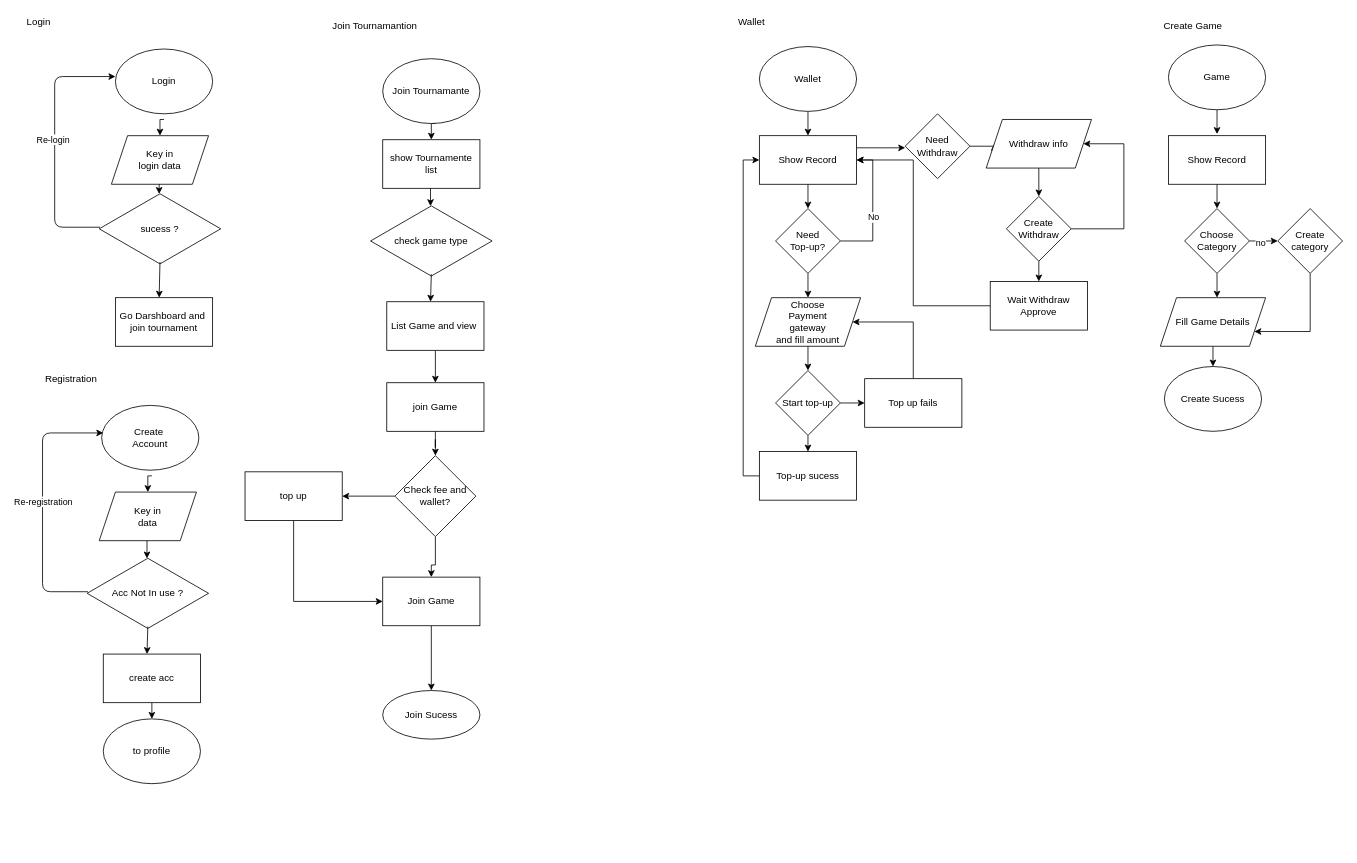
This is page "Flow chart" (8 of 8) of Untitled Diagram.drawio from krtechndesign/facejs, a draw.io file, before an edit. Source tidied: cells renumbered, new cells numbered last; positions are measured from the earlier drawing's top-left corner, leaving out a move shared by most shapes. Both pictures are drawn from the tidied source at 81%, with x=0, y=0 at pixel (22, 14).
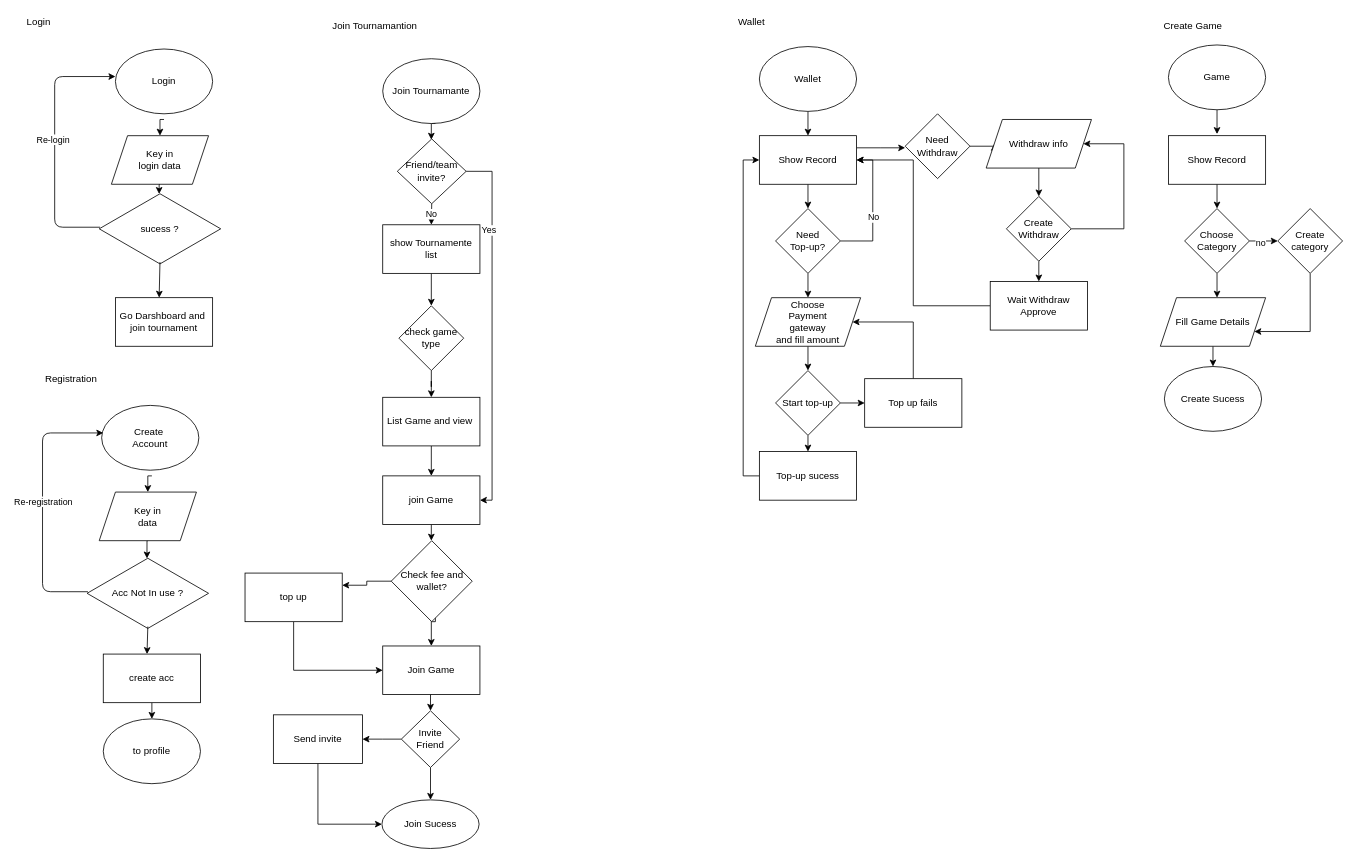
Above is the later version.

Change to the diagram source:
```diff
@@
-    <mxCell id="19" value="check game type" style="html=1;whiteSpace=wrap;shape=isoRectangle;" parent="1" vertex="1">
-      <mxGeometry x="430" y="235" width="150" height="90" as="geometry" />
-    </mxCell>
@@
-    <mxCell id="21" style="edgeStyle=orthogonalEdgeStyle;rounded=0;orthogonalLoop=1;jettySize=auto;html=1;exitX=0.5;exitY=1;exitDx=0;exitDy=0;entryX=0.493;entryY=0.022;entryDx=0;entryDy=0;entryPerimeter=0;" parent="1" edge="1">
-      <mxGeometry relative="1" as="geometry">
-        <mxPoint x="505" y="215" as="sourcePoint" />
-        <mxPoint x="504" y="237" as="targetPoint" />
-      </mxGeometry>
-    </mxCell>
@@
     <mxCell id="23" value="List Game and view&amp;nbsp;" style="rounded=0;whiteSpace=wrap;html=1;" parent="1" vertex="1">
-      <mxGeometry x="450" y="355" width="120" height="60" as="geometry" />
+      <mxGeometry x="445" y="473" width="120" height="60" as="geometry" />
     </mxCell>
-    <mxCell id="24" style="endArrow=classic;html=1;exitX=0.5;exitY=0.956;exitDx=0;exitDy=0;exitPerimeter=0;entryX=0.45;entryY=0;entryDx=0;entryDy=0;entryPerimeter=0;" parent="1" edge="1" target="23">
-      <mxGeometry relative="1" as="geometry">
-        <mxPoint x="505" y="321" as="sourcePoint" />
-      </mxGeometry>
-    </mxCell>
@@
+    <mxCell id="85" style="edgeStyle=orthogonalEdgeStyle;rounded=0;jettySize=auto;html=1;exitX=0.5;exitY=1;exitDx=0;exitDy=0;entryX=0.5;entryY=0;entryDx=0;entryDy=0;" parent="1" edge="1" source="28" target="19">
+      <mxGeometry relative="1" as="geometry" />
+    </mxCell>
     <mxCell id="28" value="show Tournamente list" style="rounded=0;whiteSpace=wrap;html=1;" parent="1" vertex="1">
-      <mxGeometry x="445" y="155" width="120" height="60" as="geometry" />
+      <mxGeometry x="445" y="260" width="120" height="60" as="geometry" />
     </mxCell>
@@
-    <mxCell id="30" style="edgeStyle=orthogonalEdgeStyle;rounded=0;jettySize=auto;html=1;exitX=0;exitY=0.5;exitDx=0;exitDy=0;" parent="1" edge="1" source="32">
-      <mxGeometry relative="1" as="geometry">
-        <mxPoint x="395" y="595" as="targetPoint" />
-        <Array as="points">
-          <mxPoint x="395" y="595" />
-        </Array>
-      </mxGeometry>
-    </mxCell>
     <mxCell id="31" style="edgeStyle=orthogonalEdgeStyle;rounded=0;jettySize=auto;html=1;exitX=0.5;exitY=1;exitDx=0;exitDy=0;entryX=0.5;entryY=0;entryDx=0;entryDy=0;" parent="1" edge="1" source="32" target="36">
       <mxGeometry relative="1" as="geometry">
         <Array as="points">
-          <mxPoint x="510" y="680" />
-          <mxPoint x="505" y="680" />
+          <mxPoint x="510" y="735" />
+          <mxPoint x="505" y="735" />
         </Array>
       </mxGeometry>
     </mxCell>
+    <mxCell id="86" style="edgeStyle=orthogonalEdgeStyle;rounded=0;jettySize=auto;html=1;exitX=0;exitY=0.5;exitDx=0;exitDy=0;entryX=1;entryY=0.25;entryDx=0;entryDy=0;" parent="1" edge="1" source="32" target="34">
+      <mxGeometry relative="1" as="geometry" />
+    </mxCell>
     <mxCell id="32" value="Check fee and wallet?" style="rhombus;whiteSpace=wrap;html=1;" parent="1" vertex="1">
-      <mxGeometry x="460" y="545" width="100" height="100" as="geometry" />
+      <mxGeometry x="455.5" y="650" width="100" height="100" as="geometry" />
     </mxCell>
@@
     <mxCell id="34" value="top up" style="rounded=0;whiteSpace=wrap;html=1;" parent="1" vertex="1">
-      <mxGeometry x="275" y="565" width="120" height="60" as="geometry" />
+      <mxGeometry x="275" y="690" width="120" height="60" as="geometry" />
     </mxCell>
-    <mxCell id="35" style="edgeStyle=orthogonalEdgeStyle;rounded=0;jettySize=auto;html=1;" parent="1" edge="1" source="36" target="38">
-      <mxGeometry relative="1" as="geometry" />
-    </mxCell>
+    <mxCell id="87" style="edgeStyle=orthogonalEdgeStyle;rounded=0;jettySize=auto;html=1;exitX=0.5;exitY=1;exitDx=0;exitDy=0;entryX=0.5;entryY=0;entryDx=0;entryDy=0;" parent="1" edge="1" source="36" target="95">
+      <mxGeometry relative="1" as="geometry" />
+    </mxCell>
     <mxCell id="36" value="Join Game" style="rounded=0;whiteSpace=wrap;html=1;" parent="1" vertex="1">
-      <mxGeometry x="445" y="695" width="120" height="60" as="geometry" />
+      <mxGeometry x="445" y="780" width="120" height="60" as="geometry" />
     </mxCell>
     <mxCell id="37" value="join Game" style="rounded=0;whiteSpace=wrap;html=1;" parent="1" vertex="1">
-      <mxGeometry x="450" y="455" width="120" height="60" as="geometry" />
+      <mxGeometry x="445" y="570" width="120" height="60" as="geometry" />
     </mxCell>
     <mxCell id="38" value="Join Sucess" style="ellipse;whiteSpace=wrap;html=1;rounded=0;" parent="1" vertex="1">
-      <mxGeometry x="445" y="835" width="120" height="60" as="geometry" />
+      <mxGeometry x="444" y="970" width="120" height="60" as="geometry" />
     </mxCell>
@@
+    <mxCell id="88" value="No" style="edgeStyle=orthogonalEdgeStyle;rounded=0;jettySize=auto;html=1;exitX=0.5;exitY=1;exitDx=0;exitDy=0;entryX=0.5;entryY=0;entryDx=0;entryDy=0;" parent="1" edge="1" source="91" target="28">
+      <mxGeometry relative="1" as="geometry" />
+    </mxCell>
+    <mxCell id="89" style="edgeStyle=orthogonalEdgeStyle;rounded=0;jettySize=auto;html=1;exitX=1;exitY=0.5;exitDx=0;exitDy=0;entryX=1;entryY=0.5;entryDx=0;entryDy=0;" parent="1" edge="1" source="91" target="37">
+      <mxGeometry relative="1" as="geometry">
+        <Array as="points">
+          <mxPoint x="580" y="194" />
+          <mxPoint x="580" y="600" />
+        </Array>
+      </mxGeometry>
+    </mxCell>
+    <mxCell id="90" value="Yes" style="edgeLabel;html=1;align=center;verticalAlign=middle;" parent="89" vertex="1">
+      <mxGeometry x="-0.54" y="-5" relative="1" as="geometry" />
+    </mxCell>
+    <mxCell id="91" value="Friend/team&lt;br&gt;invite?" style="rhombus;whiteSpace=wrap;html=1;" parent="1" vertex="1">
+      <mxGeometry x="463" y="154" width="85" height="80" as="geometry" />
+    </mxCell>
+    <mxCell id="92" style="edgeStyle=orthogonalEdgeStyle;rounded=0;jettySize=auto;html=1;exitX=0.5;exitY=1;exitDx=0;exitDy=0;" parent="1" edge="1" source="19" target="23">
+      <mxGeometry relative="1" as="geometry" />
+    </mxCell>
+    <mxCell id="19" value="&lt;span&gt;check game type&lt;/span&gt;" style="rhombus;whiteSpace=wrap;html=1;" parent="1" vertex="1">
+      <mxGeometry x="465" y="360" width="80" height="80" as="geometry" />
+    </mxCell>
+    <mxCell id="93" style="edgeStyle=orthogonalEdgeStyle;rounded=0;jettySize=auto;html=1;exitX=0.5;exitY=1;exitDx=0;exitDy=0;entryX=0.5;entryY=0;entryDx=0;entryDy=0;" parent="1" edge="1" source="95" target="38">
+      <mxGeometry relative="1" as="geometry" />
+    </mxCell>
+    <mxCell id="94" style="edgeStyle=orthogonalEdgeStyle;rounded=0;jettySize=auto;html=1;exitX=0;exitY=0.5;exitDx=0;exitDy=0;" parent="1" edge="1" source="95">
+      <mxGeometry relative="1" as="geometry">
+        <mxPoint x="420" y="895" as="targetPoint" />
+      </mxGeometry>
+    </mxCell>
+    <mxCell id="95" value="Invite &lt;br&gt;Friend" style="rhombus;whiteSpace=wrap;html=1;" parent="1" vertex="1">
+      <mxGeometry x="468" y="860" width="72" height="70" as="geometry" />
+    </mxCell>
+    <mxCell id="96" style="edgeStyle=orthogonalEdgeStyle;rounded=0;jettySize=auto;html=1;exitX=0.5;exitY=1;exitDx=0;exitDy=0;entryX=0;entryY=0.5;entryDx=0;entryDy=0;" parent="1" edge="1" source="97" target="38">
+      <mxGeometry relative="1" as="geometry" />
+    </mxCell>
+    <mxCell id="97" value="Send invite" style="rounded=0;whiteSpace=wrap;html=1;" parent="1" vertex="1">
+      <mxGeometry x="310" y="865" width="110" height="60" as="geometry" />
+    </mxCell>
```
